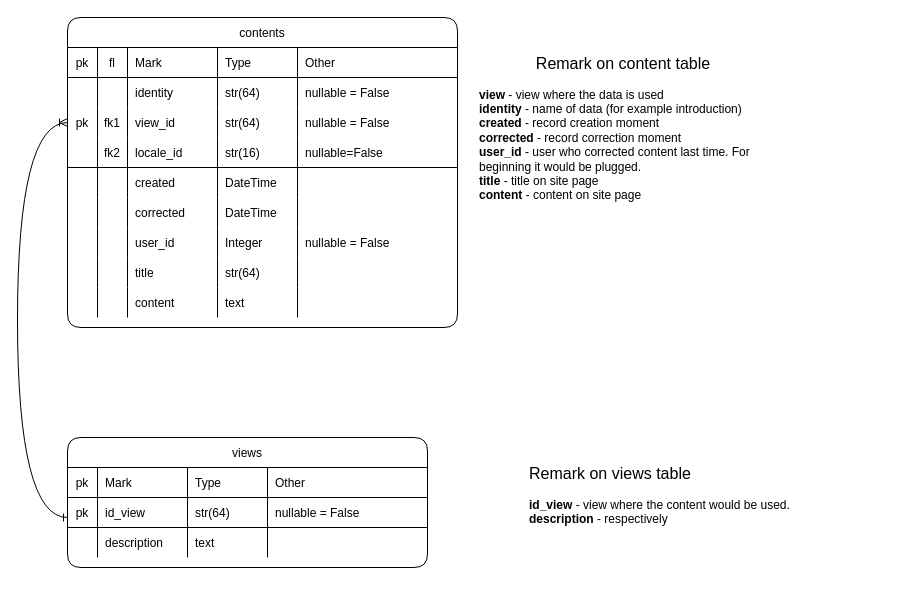
This is page "contents table" (5 of 9) of market-coffee.drawio from Sergey190309/220415-market-caffee, a draw.io file, before an edit. Source tidied: cells renumbered, new cells numbered last; positions are measured from the earlier drawing's top-left corner, leaving out a move shared by most shapes. Both pictures are drawn from the tidied source at 100%, with x=0, y=0 at pixel (17, 17).
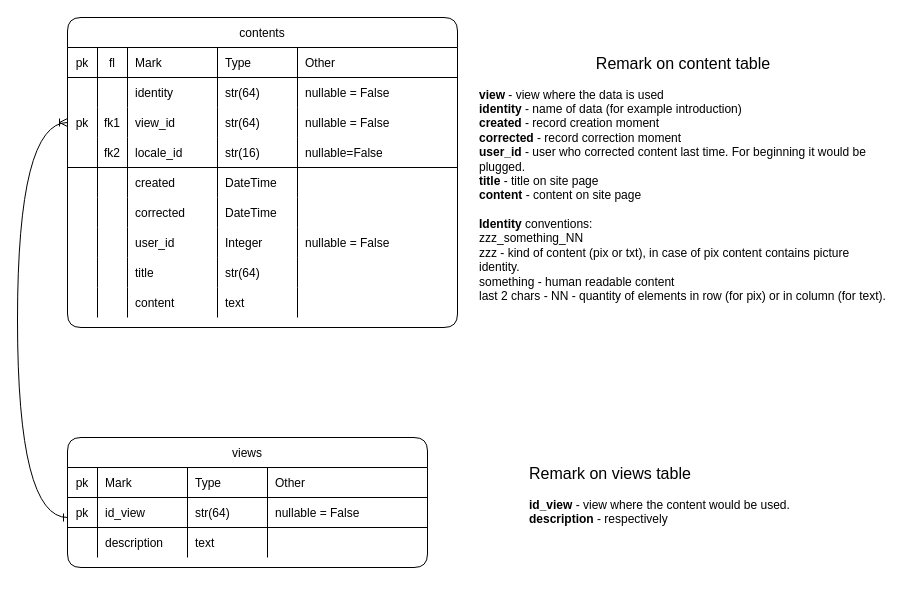
After the change.

Change to the diagram source:
```diff
@@
-    <mxCell id="74" value="&lt;div style=&quot;text-align: center&quot;&gt;&lt;span style=&quot;font-size: 16px&quot;&gt;Remark on content&amp;nbsp;&lt;/span&gt;&lt;span style=&quot;font-size: 16px&quot;&gt;table&lt;/span&gt;&lt;/div&gt;&lt;font style=&quot;font-size: 12px&quot;&gt;&lt;br&gt;&lt;b&gt;view &lt;/b&gt;- view where the data is used&lt;br&gt;&lt;b&gt;identity&lt;/b&gt; - name of data (for example introduction)&lt;br&gt;&lt;b&gt;created&lt;/b&gt;&amp;nbsp;- record creation moment&lt;br&gt;&lt;b&gt;corrected&lt;/b&gt; - record correction moment&lt;br&gt;&lt;b&gt;user_id&lt;/b&gt; - user who corrected content last time. For beginning it would be plugged.&lt;br&gt;&lt;b&gt;title&lt;/b&gt; - title on site page&lt;br&gt;&lt;b&gt;content&lt;/b&gt; - content on site page&lt;br&gt;&lt;br&gt;&lt;/font&gt;" style="text;html=1;strokeColor=none;fillColor=none;align=left;verticalAlign=top;whiteSpace=wrap;overflow=hidden;fontSize=12;spacingTop=0;" parent="73" vertex="1">
-      <mxGeometry x="460" y="30" width="290" height="170" as="geometry" />
+    <mxCell id="74" value="&lt;div style=&quot;text-align: center&quot;&gt;&lt;span style=&quot;font-size: 16px&quot;&gt;Remark on content&amp;nbsp;&lt;/span&gt;&lt;span style=&quot;font-size: 16px&quot;&gt;table&lt;/span&gt;&lt;/div&gt;&lt;font style=&quot;font-size: 12px&quot;&gt;&lt;br&gt;&lt;b&gt;view &lt;/b&gt;- view where the data is used&lt;br&gt;&lt;b&gt;identity&lt;/b&gt; - name of data (for example introduction)&lt;br&gt;&lt;b&gt;created&lt;/b&gt;&amp;nbsp;- record creation moment&lt;br&gt;&lt;b&gt;corrected&lt;/b&gt; - record correction moment&lt;br&gt;&lt;b&gt;user_id&lt;/b&gt; - user who corrected content last time. For beginning it would be plugged.&lt;br&gt;&lt;b&gt;title&lt;/b&gt; - title on site page&lt;br&gt;&lt;b&gt;content&lt;/b&gt; - content on site page&lt;br&gt;&lt;br&gt;&lt;b&gt;Identity&lt;/b&gt; conventions:&lt;br&gt;zzz_something_NN&lt;br&gt;zzz - kind of content (pix or txt), in case of pix content contains picture identity.&lt;br&gt;something - human readable content&lt;br&gt;last 2 chars - NN - quantity of elements in row (for pix) or in column (for text).&lt;br&gt;&lt;/font&gt;" style="text;html=1;strokeColor=none;fillColor=none;align=left;verticalAlign=top;whiteSpace=wrap;overflow=hidden;fontSize=12;spacingTop=0;" parent="73" vertex="1">
+      <mxGeometry x="460" y="30" width="410" height="290" as="geometry" />
     </mxCell>
```
